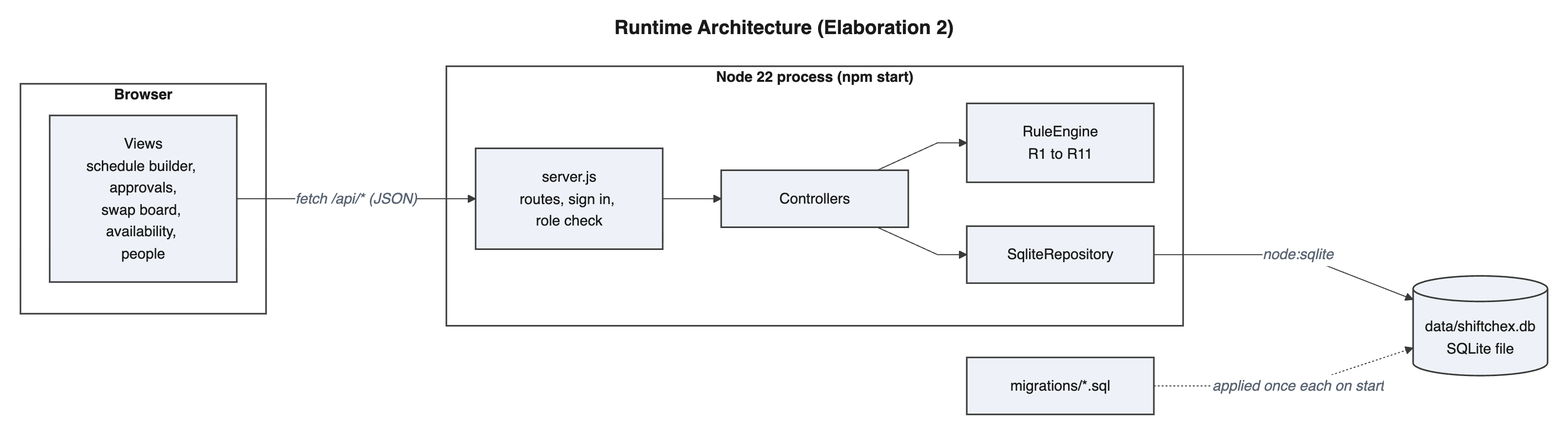
Above: diagrams/images/design/architecture.png in perfettiful/ShiftChex (Mermaid), before the change. Its source is kept beside it as diagrams/mmd/design/architecture.mmd. Its diagram source:
```mermaid
---
title: Runtime Architecture (Elaboration 2)
---
flowchart LR
    subgraph Browser["Browser"]
        V["Views<br/>schedule builder, approvals,<br/>swap board, availability, people"]
    end
    subgraph Node["Node 22 process (npm start)"]
        S["server.js<br/>routes, sign in, role check"]
        C["Controllers"]
        E["RuleEngine<br/>R1 to R11"]
        R["SqliteRepository"]
        S --> C
        C --> E
        C --> R
    end
    DB[("data/shiftchex.db<br/>SQLite file")]
    M["migrations/*.sql"]

    V -- "fetch /api/* (JSON)" --> S
    R -- "node:sqlite" --> DB
    M -. "applied once each on start" .-> DB
```
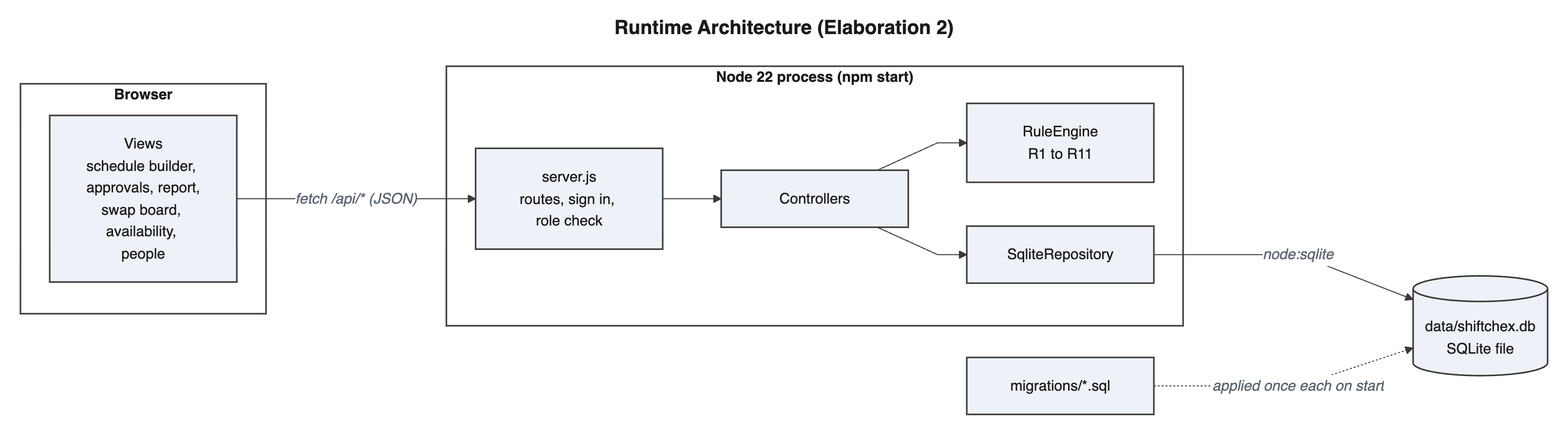
Above is the later version.

What changed in the source:
```diff
@@ -3,7 +3,7 @@
 ---
 flowchart LR
     subgraph Browser["Browser"]
-        V["Views<br/>schedule builder, approvals,<br/>swap board, availability, people"]
+        V["Views<br/>schedule builder, approvals, report,<br/>swap board, availability, people"]
     end
     subgraph Node["Node 22 process (npm start)"]
         S["server.js<br/>routes, sign in, role check"]
```
